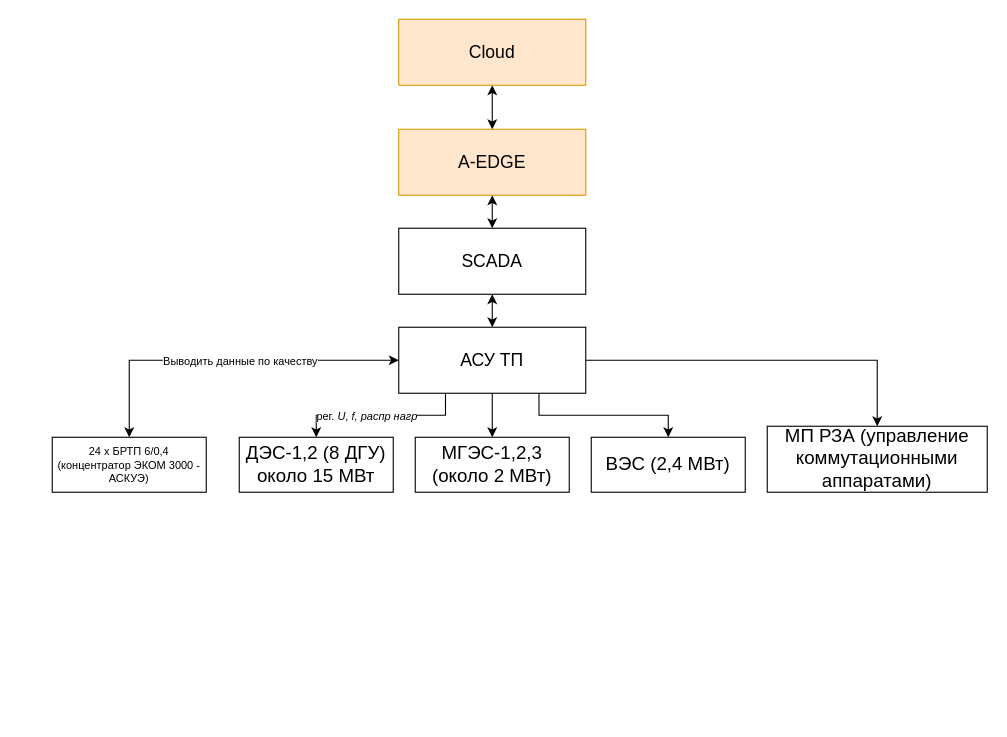
Earlier version of the draw.io diagram Paramushir.drawio (Randyrofed/DrawIO). Source tidied: cells renumbered, new cells numbered last; positions are measured from the earlier drawing's top-left corner, leaving out a move shared by most shapes. Both pictures are drawn from the tidied source at 110%, with x=0, y=0 at pixel (52, 19).
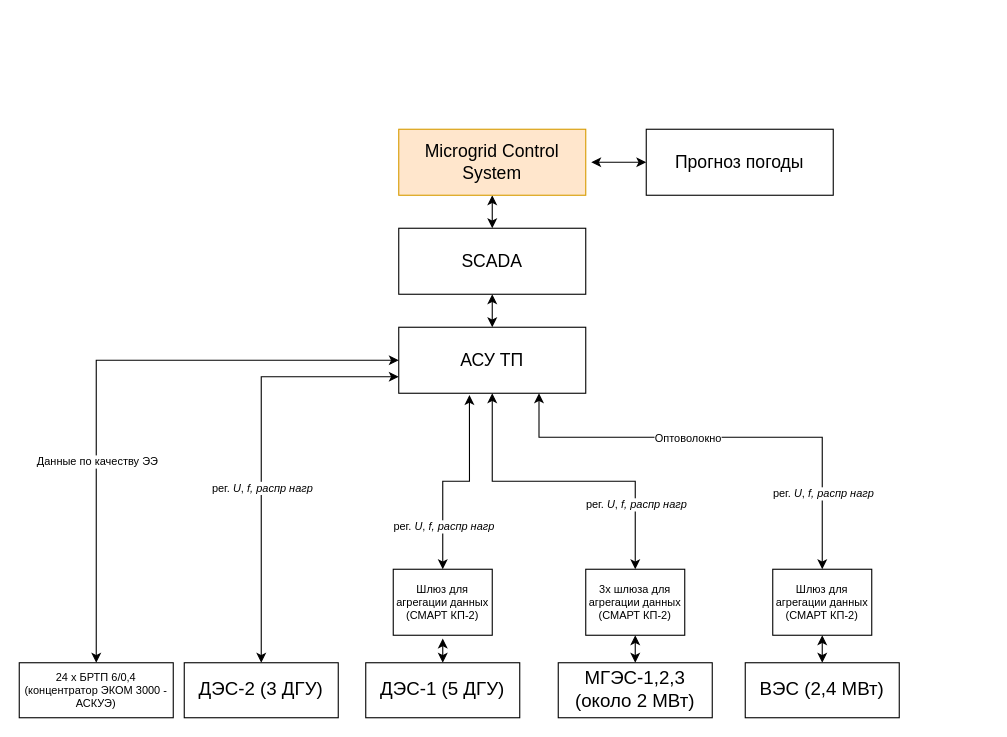
The same diagram, later.

The change refers to these unchanged cells:
```xml
<mxCell id="7" value="АСУ ТП" style="rounded=0;whiteSpace=wrap;html=1;fontSize=16;" parent="1" vertex="1">
  <mxGeometry x="315" y="280" width="170" height="60" as="geometry" />
</mxCell>
<mxCell id="15" style="edgeStyle=orthogonalEdgeStyle;rounded=0;jettySize=auto;html=1;entryX=0;entryY=0.5;entryDx=0;entryDy=0;fontSize=10;startArrow=classic;startFill=1;exitX=0.5;exitY=0;exitDx=0;exitDy=0;" parent="1" edge="1" source="17" target="7">
  <mxGeometry relative="1" as="geometry" />
</mxCell>
```

Diff of the diagram source:
```diff
@@
-    <mxCell id="2" style="edgeStyle=orthogonalEdgeStyle;rounded=0;jettySize=auto;html=1;entryX=0.5;entryY=0;entryDx=0;entryDy=0;fontSize=16;exitX=0.25;exitY=1;exitDx=0;exitDy=0;" parent="1" edge="1" source="7" target="8">
+    <mxCell id="2" style="edgeStyle=orthogonalEdgeStyle;rounded=0;jettySize=auto;html=1;entryX=0.5;entryY=0;entryDx=0;entryDy=0;fontSize=16;exitX=0;exitY=0.75;exitDx=0;exitDy=0;startArrow=classic;startFill=1;" parent="1" edge="1" source="7" target="8">
       <mxGeometry relative="1" as="geometry" />
     </mxCell>
@@
-    <mxCell id="4" style="edgeStyle=orthogonalEdgeStyle;rounded=0;jettySize=auto;html=1;entryX=0.5;entryY=0;entryDx=0;entryDy=0;fontSize=16;" parent="1" edge="1" source="7" target="9">
+    <mxCell id="4" style="edgeStyle=orthogonalEdgeStyle;rounded=0;jettySize=auto;html=1;entryX=0.5;entryY=0;entryDx=0;entryDy=0;fontSize=16;startArrow=classic;startFill=1;" parent="1" edge="1" source="25" target="9">
       <mxGeometry relative="1" as="geometry" />
     </mxCell>
-    <mxCell id="5" style="edgeStyle=orthogonalEdgeStyle;rounded=0;jettySize=auto;html=1;entryX=0.5;entryY=0;entryDx=0;entryDy=0;fontSize=16;exitX=0.75;exitY=1;exitDx=0;exitDy=0;" parent="1" edge="1" source="7" target="10">
+    <mxCell id="5" style="edgeStyle=orthogonalEdgeStyle;rounded=0;jettySize=auto;html=1;entryX=0.5;entryY=0;entryDx=0;entryDy=0;fontSize=16;exitX=0.5;exitY=1;exitDx=0;exitDy=0;startArrow=classic;startFill=1;" parent="1" edge="1" source="29" target="10">
       <mxGeometry relative="1" as="geometry" />
     </mxCell>
-    <mxCell id="6" style="edgeStyle=orthogonalEdgeStyle;rounded=0;jettySize=auto;html=1;entryX=0.5;entryY=0;entryDx=0;entryDy=0;fontSize=16;" parent="1" edge="1" source="7" target="11">
-      <mxGeometry relative="1" as="geometry" />
-    </mxCell>
@@
-    <mxCell id="8" value="&lt;font style=&quot;font-size: 17px;&quot;&gt;ДЭС-1,2 (8 ДГУ)&lt;br&gt;около 15 МВт&lt;br&gt;&lt;/font&gt;" style="rounded=0;whiteSpace=wrap;html=1;" parent="1" vertex="1">
-      <mxGeometry x="170" y="380" width="140" height="50" as="geometry" />
+    <mxCell id="8" value="&lt;font style=&quot;font-size: 17px;&quot;&gt;ДЭС-2 (3 ДГУ)&lt;br&gt;&lt;/font&gt;" style="rounded=0;whiteSpace=wrap;html=1;" parent="1" vertex="1">
+      <mxGeometry x="120" y="585" width="140" height="50" as="geometry" />
     </mxCell>
     <mxCell id="9" value="&lt;font style=&quot;font-size: 17px;&quot;&gt;МГЭС-1,2,3 (около 2 МВт)&lt;/font&gt;" style="rounded=0;whiteSpace=wrap;html=1;" parent="1" vertex="1">
-      <mxGeometry x="330" y="380" width="140" height="50" as="geometry" />
+      <mxGeometry x="460" y="585" width="140" height="50" as="geometry" />
     </mxCell>
     <mxCell id="10" value="&lt;font style=&quot;font-size: 17px;&quot;&gt;ВЭС (2,4 МВт)&lt;/font&gt;" style="rounded=0;whiteSpace=wrap;html=1;" parent="1" vertex="1">
-      <mxGeometry x="490" y="380" width="140" height="50" as="geometry" />
+      <mxGeometry x="630" y="585" width="140" height="50" as="geometry" />
     </mxCell>
-    <mxCell id="11" value="&lt;span style=&quot;font-size: 17px;&quot;&gt;МП РЗА (управление коммутационными аппаратами)&lt;/span&gt;" style="rounded=0;whiteSpace=wrap;html=1;" parent="1" vertex="1">
-      <mxGeometry x="650" y="370" width="200" height="60" as="geometry" />
-    </mxCell>
@@
-    <mxCell id="14" value="A-EDGE" style="rounded=0;whiteSpace=wrap;html=1;fontSize=16;fillColor=#ffe6cc;strokeColor=#d79b00;" parent="1" vertex="1">
+    <mxCell id="14" value="Microgrid Control System" style="rounded=0;whiteSpace=wrap;html=1;fontSize=16;fillColor=#ffe6cc;strokeColor=#d79b00;" parent="1" vertex="1">
       <mxGeometry x="315" y="100" width="170" height="60" as="geometry" />
     </mxCell>
@@
-    <mxCell id="16" value="Выводить данные по качеству" style="edgeLabel;html=1;align=center;verticalAlign=middle;fontSize=10;" parent="15" vertex="1">
-      <mxGeometry x="-0.33" relative="1" as="geometry">
-        <mxPoint x="64" as="offset" />
-      </mxGeometry>
+    <mxCell id="16" value="Данные по качеству ЭЭ" style="edgeLabel;html=1;align=center;verticalAlign=middle;fontSize=10;" parent="15" vertex="1">
+      <mxGeometry x="-0.33" relative="1" as="geometry" />
     </mxCell>
     <mxCell id="17" value="&lt;span style=&quot;font-size: 10px;&quot;&gt;24 x БРТП 6/0,4 (концентратор ЭКОМ 3000 - АСКУЭ)&lt;/span&gt;" style="rounded=0;whiteSpace=wrap;html=1;fontSize=10;" parent="1" vertex="1">
-      <mxGeometry y="380" width="140" height="50" as="geometry" />
+      <mxGeometry x="-30" y="585" width="140" height="50" as="geometry" />
     </mxCell>
-    <mxCell id="18" style="edgeStyle=orthogonalEdgeStyle;rounded=0;jettySize=auto;html=1;fontSize=10;startArrow=classic;startFill=1;" parent="1" edge="1" source="19" target="14">
-      <mxGeometry relative="1" as="geometry" />
-    </mxCell>
-    <mxCell id="19" value="Cloud" style="rounded=0;whiteSpace=wrap;html=1;fontSize=16;fillColor=#ffe6cc;strokeColor=#d79b00;" parent="1" vertex="1">
-      <mxGeometry x="315" width="170" height="60" as="geometry" />
-    </mxCell>
@@
+    <mxCell id="21" style="edgeStyle=orthogonalEdgeStyle;rounded=0;jettySize=auto;html=1;startArrow=classic;startFill=1;" parent="1" edge="1" source="22">
+      <mxGeometry relative="1" as="geometry">
+        <mxPoint x="490" y="130" as="targetPoint" />
+      </mxGeometry>
+    </mxCell>
+    <mxCell id="22" value="Прогноз погоды" style="rounded=0;whiteSpace=wrap;html=1;fontSize=16;" parent="1" vertex="1">
+      <mxGeometry x="540" y="100" width="170" height="60" as="geometry" />
+    </mxCell>
+    <mxCell id="23" style="edgeStyle=orthogonalEdgeStyle;rounded=0;jettySize=auto;html=1;entryX=0.5;entryY=1.051;entryDx=0;entryDy=0;entryPerimeter=0;fontSize=10;startArrow=classic;startFill=1;" parent="1" edge="1" source="24" target="28">
+      <mxGeometry relative="1" as="geometry" />
+    </mxCell>
+    <mxCell id="24" value="&lt;font style=&quot;font-size: 17px;&quot;&gt;ДЭС-1 (5 ДГУ)&lt;br&gt;&lt;/font&gt;" style="rounded=0;whiteSpace=wrap;html=1;" parent="1" vertex="1">
+      <mxGeometry x="285" y="585" width="140" height="50" as="geometry" />
+    </mxCell>
+    <mxCell id="25" value="&lt;font style=&quot;font-size: 10px;&quot;&gt;3x шлюза для агрегации данных (СМАРТ КП-2)&lt;/font&gt;" style="rounded=0;whiteSpace=wrap;html=1;fontSize=10;" parent="1" vertex="1">
+      <mxGeometry x="485" y="500" width="90" height="60" as="geometry" />
+    </mxCell>
+    <mxCell id="26" style="edgeStyle=orthogonalEdgeStyle;rounded=0;jettySize=auto;html=1;entryX=0.5;entryY=0;entryDx=0;entryDy=0;fontSize=16;endArrow=classic;startArrow=classic;startFill=1;endFill=1;" parent="1" edge="1" source="7" target="25">
+      <mxGeometry relative="1" as="geometry" />
+    </mxCell>
+    <mxCell id="27" style="edgeStyle=orthogonalEdgeStyle;rounded=0;jettySize=auto;html=1;fontSize=10;startArrow=classic;startFill=1;entryX=0.378;entryY=1.028;entryDx=0;entryDy=0;entryPerimeter=0;" parent="1" edge="1" source="28" target="7">
+      <mxGeometry relative="1" as="geometry" />
+    </mxCell>
+    <mxCell id="28" value="&lt;font style=&quot;font-size: 10px;&quot;&gt;Шлюз для агрегации данных (СМАРТ КП-2)&lt;/font&gt;" style="rounded=0;whiteSpace=wrap;html=1;fontSize=10;" parent="1" vertex="1">
+      <mxGeometry x="310" y="500" width="90" height="60" as="geometry" />
+    </mxCell>
+    <mxCell id="29" value="&lt;font style=&quot;font-size: 10px;&quot;&gt;Шлюз для агрегации данных (СМАРТ КП-2)&lt;/font&gt;" style="rounded=0;whiteSpace=wrap;html=1;fontSize=10;" parent="1" vertex="1">
+      <mxGeometry x="655" y="500" width="90" height="60" as="geometry" />
+    </mxCell>
+    <mxCell id="30" style="edgeStyle=orthogonalEdgeStyle;rounded=0;jettySize=auto;html=1;entryX=0.5;entryY=0;entryDx=0;entryDy=0;fontSize=16;exitX=0.75;exitY=1;exitDx=0;exitDy=0;endArrow=classic;startArrow=classic;startFill=1;endFill=1;" parent="1" edge="1" source="7" target="29">
+      <mxGeometry relative="1" as="geometry">
+        <Array as="points">
+          <mxPoint x="442" y="380" />
+          <mxPoint x="700" y="380" />
+        </Array>
+      </mxGeometry>
+    </mxCell>
+    <mxCell id="31" value="Оптоволокно" style="edgeLabel;html=1;align=center;verticalAlign=middle;fontSize=10;" parent="30" vertex="1">
+      <mxGeometry x="-0.16" relative="1" as="geometry" />
+    </mxCell>
+    <mxCell id="32" value="рег. &lt;i&gt;U&lt;/i&gt;, &lt;i&gt;f, распр нагр&lt;/i&gt;" style="edgeLabel;html=1;align=center;verticalAlign=middle;fontSize=10;" parent="1" vertex="1">
+      <mxGeometry x="355" y="460" as="geometry" />
+    </mxCell>
+    <mxCell id="33" value="рег. &lt;i&gt;U&lt;/i&gt;, &lt;i&gt;f, распр нагр&lt;/i&gt;" style="edgeLabel;html=1;align=center;verticalAlign=middle;fontSize=10;" parent="1" vertex="1">
+      <mxGeometry x="530" y="440" as="geometry" />
+    </mxCell>
+    <mxCell id="34" value="рег. &lt;i&gt;U&lt;/i&gt;, &lt;i&gt;f, распр нагр&lt;/i&gt;" style="edgeLabel;html=1;align=center;verticalAlign=middle;fontSize=10;" parent="1" vertex="1">
+      <mxGeometry x="700" y="430" as="geometry" />
+    </mxCell>
```
